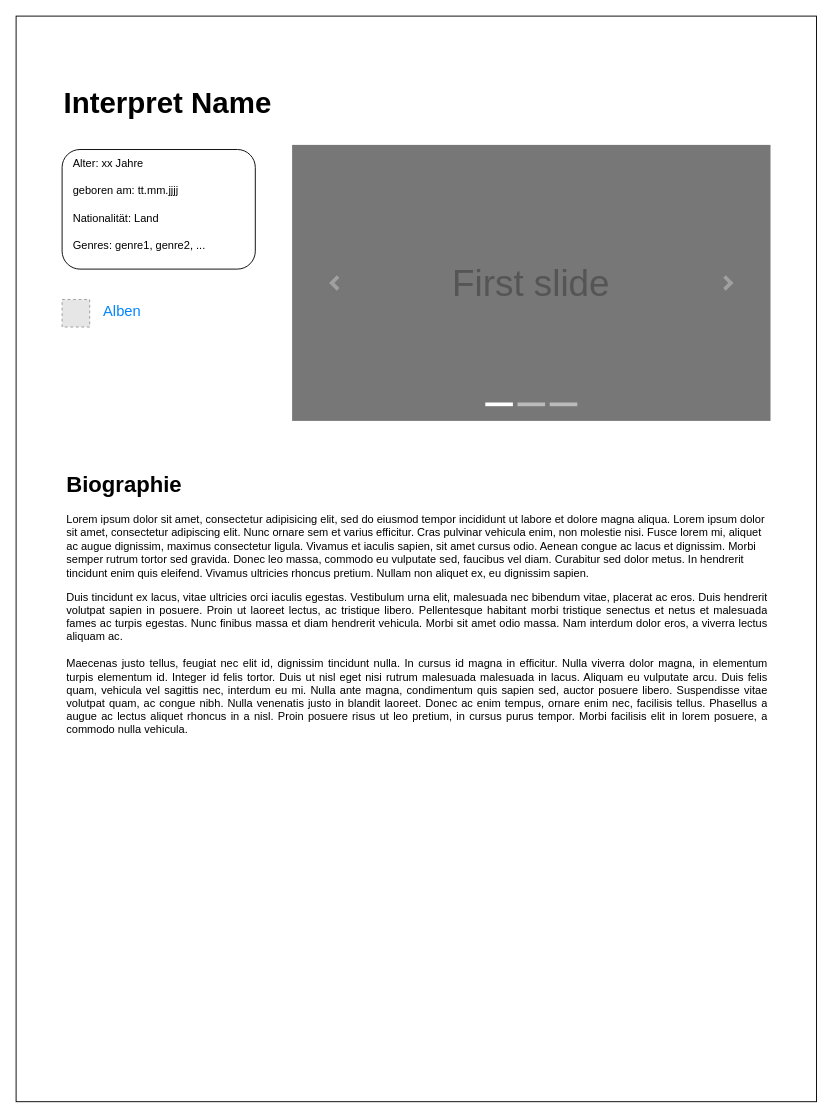
Above: page "Copy of Detailseite Interpret" (10 of 10) of Untitled Diagram.drawio in free-prayer-bird/demo-repo (draw.io), before the change. Source tidied: cells renumbered, new cells numbered last; positions are measured from the earlier drawing's top-left corner, leaving out a move shared by most shapes. Both pictures are drawn from the tidied source at 92%, with x=0, y=0 at pixel (16, 16). Pictures stored in the file or linked from it are replaced by grey dashed boxes.
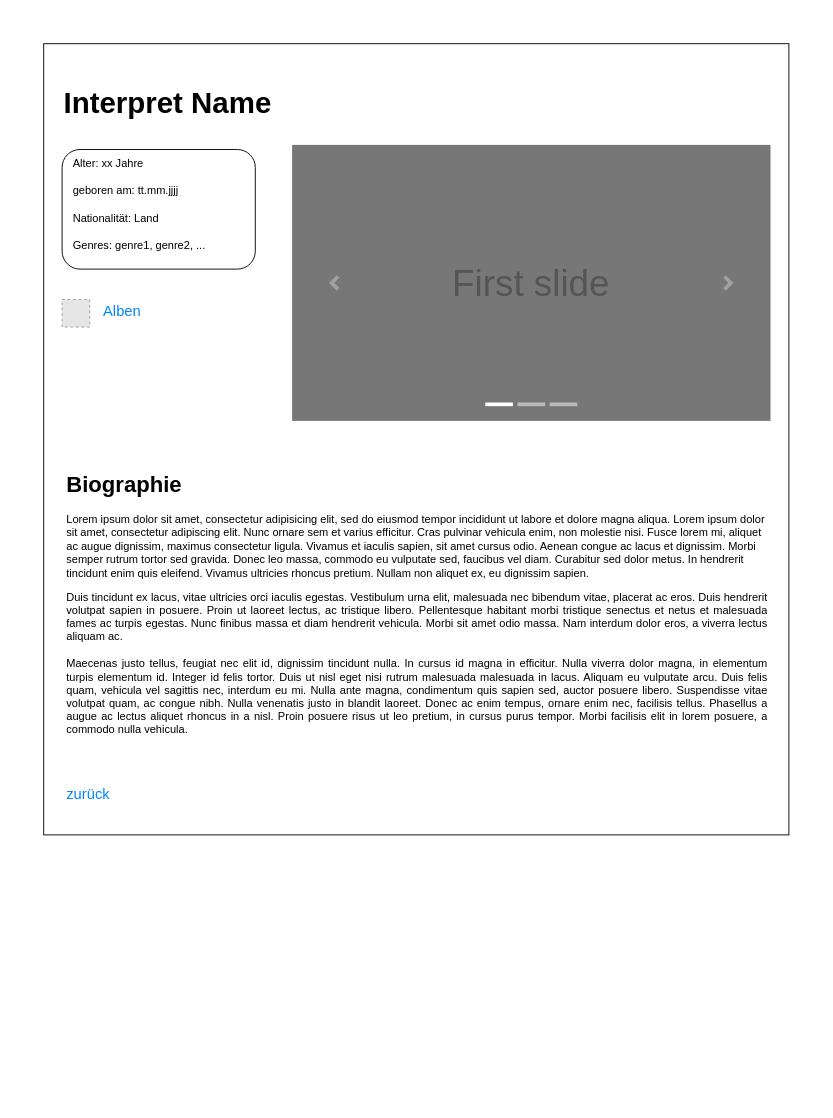
The same diagram, later.

What changed in the source:
```diff
@@
     <mxCell id="2" style="rounded=0;whiteSpace=wrap;html=1;fontColor=#FFFFFF;labelBorderColor=#FFFFFF;labelBackgroundColor=#FFFFFF;" parent="1" vertex="1">
-      <mxGeometry width="870" height="1180" as="geometry" />
+      <mxGeometry x="30" y="30" width="810" height="860" as="geometry" />
     </mxCell>
@@
+    <mxCell id="20" value="zurück" style="html=1;shadow=0;dashed=0;shape=mxgraph.bootstrap.rrect;rSize=5;strokeColor=none;strokeWidth=1;fillColor=none;fontColor=#0085FC;whiteSpace=wrap;align=left;verticalAlign=middle;spacingLeft=0;fontStyle=0;fontSize=16;spacing=5;rounded=1;" parent="1" vertex="1">
+      <mxGeometry x="50" y="830" width="260" height="30" as="geometry" />
+    </mxCell>
```
